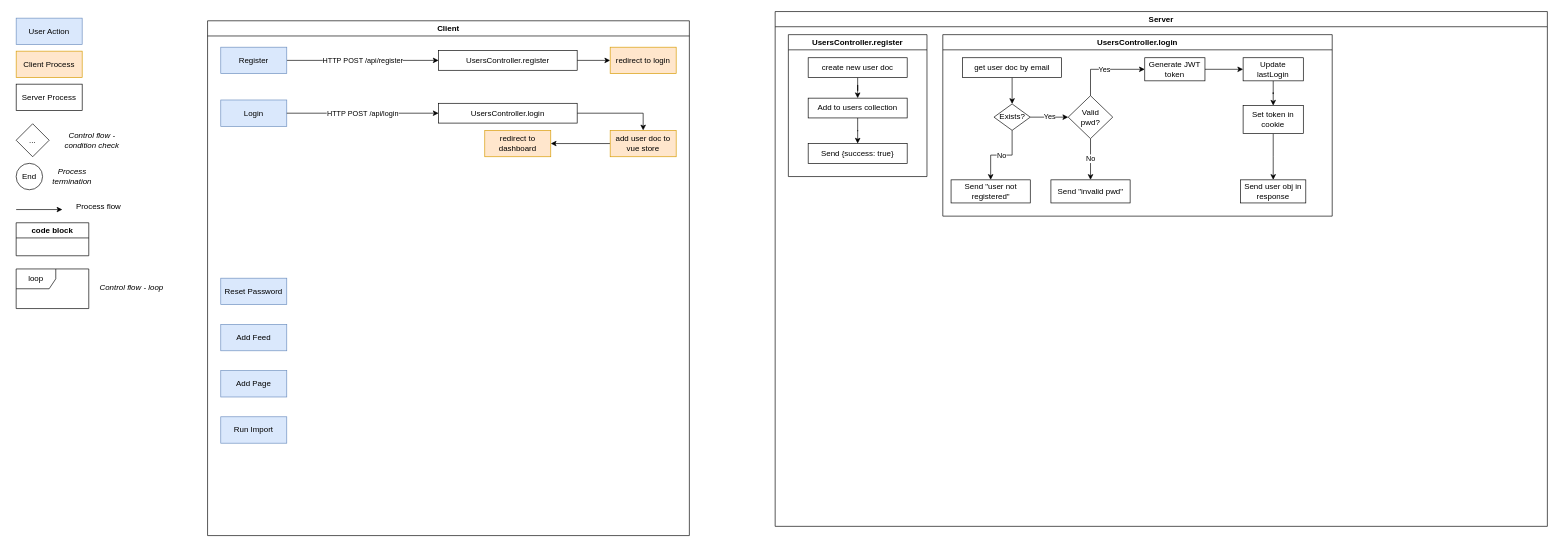
Earlier version of the draw.io diagram appmap.drawio (j-000/drawio). Source tidied: cells renumbered, new cells numbered last; positions are measured from the earlier drawing's top-left corner, leaving out a move shared by most shapes. Both pictures are drawn from the tidied source at 66%, with x=0, y=0 at pixel (16, 11).
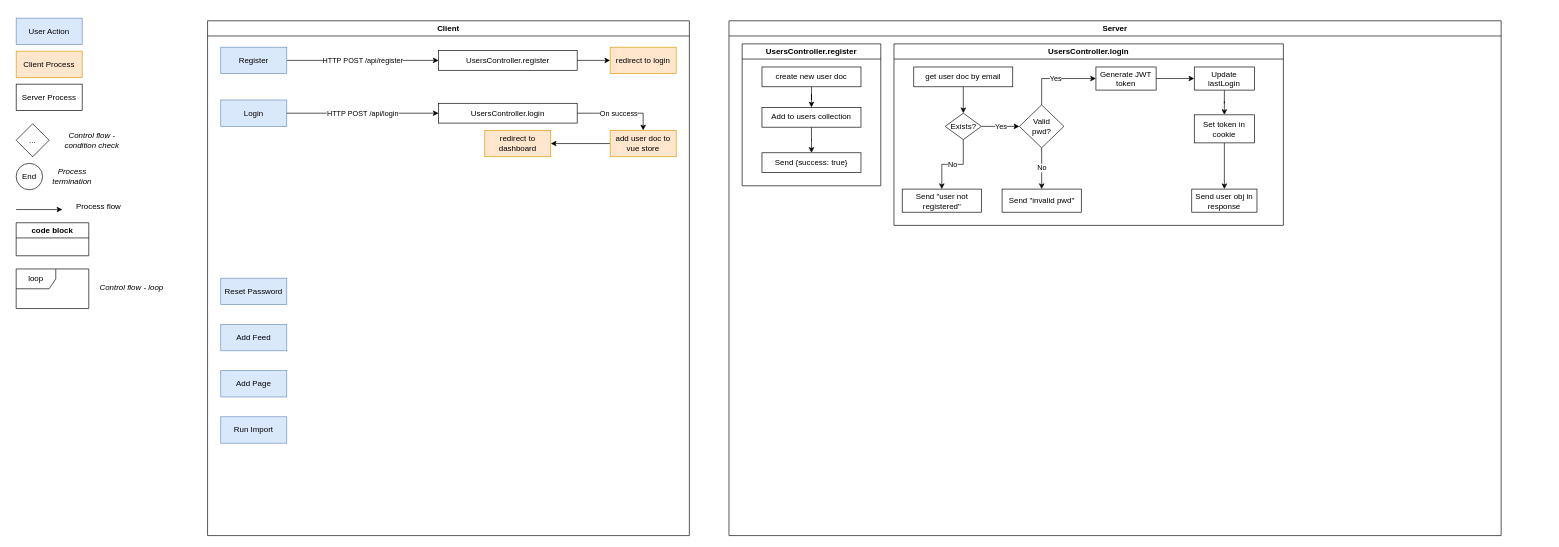
The same diagram, later.

The change refers to these unchanged cells:
```xml
<mxCell id="2" value="Client" style="swimlane;whiteSpace=wrap;html=1;" parent="1" vertex="1">
  <mxGeometry x="290" y="14" width="730" height="780" as="geometry" />
</mxCell>
<mxCell id="12" value="UsersController.login" style="rounded=0;whiteSpace=wrap;html=1;" parent="2" vertex="1">
  <mxGeometry x="350" y="125" width="210" height="30" as="geometry" />
</mxCell>
<mxCell id="16" value="add user doc to vue store" style="rounded=0;whiteSpace=wrap;html=1;fillColor=#ffe6cc;strokeColor=#d79b00;" parent="2" vertex="1">
  <mxGeometry x="610" y="166" width="100" height="40" as="geometry" />
</mxCell>
```

The edit, as a diff of the source:
```diff
@@
-    <mxCell id="11" style="edgeStyle=orthogonalEdgeStyle;rounded=0;jettySize=auto;html=1;exitX=1;exitY=0.5;exitDx=0;exitDy=0;entryX=0.5;entryY=0;entryDx=0;entryDy=0;" parent="2" edge="1" source="12" target="16">
+    <mxCell id="11" value="On success" style="edgeStyle=orthogonalEdgeStyle;rounded=0;jettySize=auto;html=1;exitX=1;exitY=0.5;exitDx=0;exitDy=0;entryX=0.5;entryY=0;entryDx=0;entryDy=0;" parent="2" edge="1" source="12" target="16">
       <mxGeometry relative="1" as="geometry" />
     </mxCell>
@@
     <mxCell id="19" value="Server" style="swimlane;whiteSpace=wrap;html=1;" parent="1" vertex="1">
-      <mxGeometry x="1150" width="1170" height="780" as="geometry" />
+      <mxGeometry x="1080" y="14" width="1170" height="780" as="geometry" />
     </mxCell>
-    <mxCell id="20" value="UsersController.register" style="swimlane;whiteSpace=wrap;html=1;" parent="19" vertex="1">
+    <mxCell id="20" value="UsersController.register" style="swimlane;whiteSpace=wrap;html=1;fillStyle=auto;labelBackgroundColor=none;labelBorderColor=none;fontColor=default;gradientColor=none;swimlaneFillColor=#FFFFFF;" parent="19" vertex="1">
       <mxGeometry x="20" y="35" width="210" height="215" as="geometry" />
     </mxCell>
@@
-    <mxCell id="26" value="UsersController.login" style="swimlane;whiteSpace=wrap;html=1;" parent="19" vertex="1">
-      <mxGeometry x="254" y="35" width="590" height="275" as="geometry" />
+    <mxCell id="26" value="UsersController.login" style="swimlane;whiteSpace=wrap;html=1;swimlaneFillColor=#ffffff;" parent="19" vertex="1">
+      <mxGeometry x="250" y="35" width="590" height="275" as="geometry" />
     </mxCell>
```
